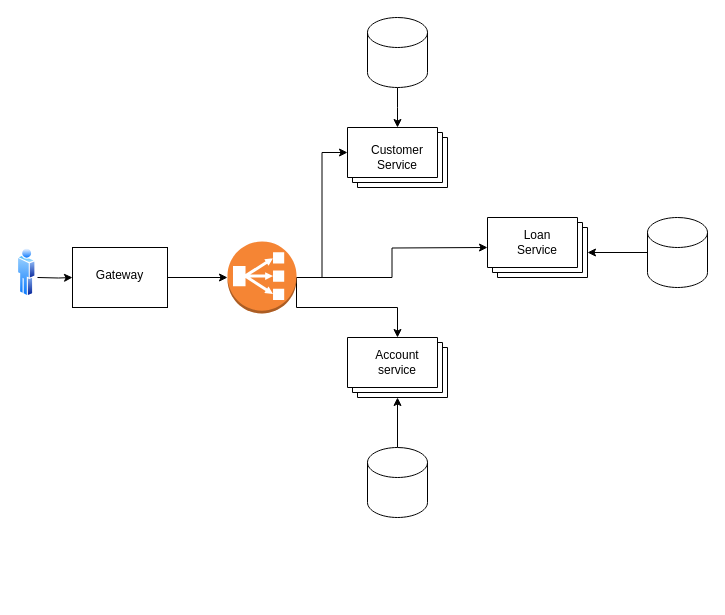
Earlier version of the draw.io diagram Untitled Diagram.drawio (AveekMajumdar-Rick/banking-customer-service). Source tidied: cells renumbered, new cells numbered last; positions are measured from the earlier drawing's top-left corner, leaving out a move shared by most shapes. Both pictures are drawn from the tidied source at 100%, with x=0, y=0 at pixel (17, 17).
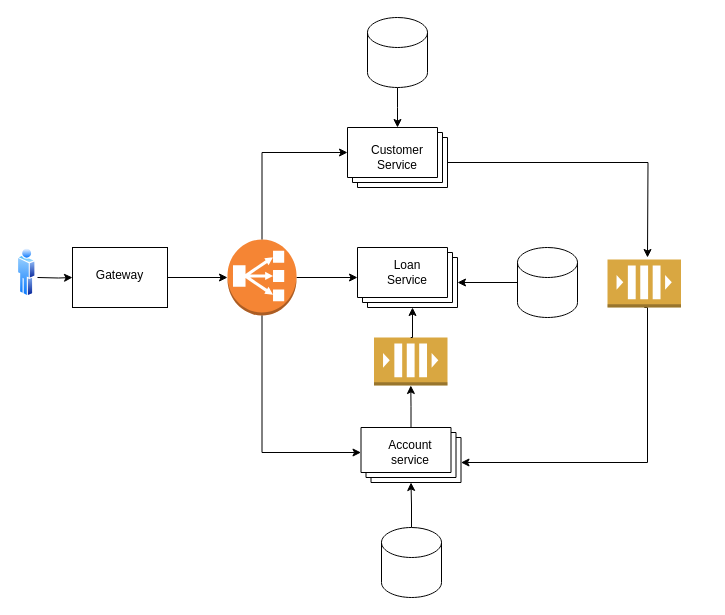
The same diagram, later.

Unchanged cells that the change refers to:
```xml
<mxCell id="14" style="verticalLabelPosition=bottom;verticalAlign=top;html=1;shape=mxgraph.basic.layered_rect;dx=10;outlineConnect=0;whiteSpace=wrap;" parent="1" vertex="1">
  <mxGeometry x="330" y="110" width="100" height="60" as="geometry" />
</mxCell>
```

The edit, as a diff of the source:
```diff
@@
-    <mxCell id="6" style="edgeStyle=orthogonalEdgeStyle;rounded=0;jettySize=auto;html=1;exitX=1;exitY=0.5;exitDx=0;exitDy=0;exitPerimeter=0;entryX=0.5;entryY=0;entryDx=0;entryDy=0;" parent="1" edge="1" source="9">
-      <mxGeometry relative="1" as="geometry">
-        <mxPoint x="380" y="320" as="targetPoint" />
-        <Array as="points">
-          <mxPoint x="279" y="290" />
-          <mxPoint x="380" y="290" />
-        </Array>
-      </mxGeometry>
-    </mxCell>
-    <mxCell id="7" style="edgeStyle=orthogonalEdgeStyle;rounded=0;jettySize=auto;html=1;exitX=1;exitY=0.5;exitDx=0;exitDy=0;exitPerimeter=0;entryX=0;entryY=0;entryDx=0;entryDy=25;entryPerimeter=0;" parent="1" edge="1" source="9" target="14">
-      <mxGeometry relative="1" as="geometry" />
-    </mxCell>
-    <mxCell id="8" style="edgeStyle=orthogonalEdgeStyle;rounded=0;jettySize=auto;html=1;exitX=1;exitY=0.5;exitDx=0;exitDy=0;exitPerimeter=0;entryX=0;entryY=0.5;entryDx=0;entryDy=0;" parent="1" edge="1" source="9">
+    <mxCell id="8" style="edgeStyle=orthogonalEdgeStyle;rounded=0;jettySize=auto;html=1;exitX=1;exitY=0.5;exitDx=0;exitDy=0;exitPerimeter=0;" parent="1" edge="1" source="9">
       <mxGeometry relative="1" as="geometry">
-        <mxPoint x="470" y="230" as="targetPoint" />
+        <mxPoint x="340" y="260" as="targetPoint" />
       </mxGeometry>
     </mxCell>
     <mxCell id="9" style="outlineConnect=0;dashed=0;verticalLabelPosition=bottom;verticalAlign=top;align=center;html=1;shape=mxgraph.aws3.classic_load_balancer;fillColor=#F58534;gradientColor=none;" parent="1" vertex="1">
-      <mxGeometry x="210" y="224" width="69" height="72" as="geometry" />
+      <mxGeometry x="210" y="222" width="69" height="76" as="geometry" />
     </mxCell>
+    <mxCell id="22" style="edgeStyle=orthogonalEdgeStyle;rounded=0;jettySize=auto;html=1;" parent="1" edge="1" source="10" target="27">
+      <mxGeometry relative="1" as="geometry" />
+    </mxCell>
     <mxCell id="10" style="verticalLabelPosition=bottom;verticalAlign=top;html=1;shape=mxgraph.basic.layered_rect;dx=10;outlineConnect=0;whiteSpace=wrap;" parent="1" vertex="1">
-      <mxGeometry x="330" y="320" width="100" height="60" as="geometry" />
+      <mxGeometry x="343.5" y="410" width="100" height="55" as="geometry" />
     </mxCell>
     <mxCell id="11" value="Account service" style="text;html=1;align=center;verticalAlign=middle;whiteSpace=wrap;rounded=0;" parent="1" vertex="1">
-      <mxGeometry x="350" y="330" width="60" height="30" as="geometry" />
+      <mxGeometry x="363.2" y="420" width="60" height="30" as="geometry" />
     </mxCell>
     <mxCell id="12" style="verticalLabelPosition=bottom;verticalAlign=top;html=1;shape=mxgraph.basic.layered_rect;dx=10;outlineConnect=0;whiteSpace=wrap;" parent="1" vertex="1">
-      <mxGeometry x="470" y="200" width="100" height="60" as="geometry" />
+      <mxGeometry x="340" y="230" width="100" height="60" as="geometry" />
     </mxCell>
     <mxCell id="13" value="Loan Service" style="text;html=1;align=center;verticalAlign=middle;whiteSpace=wrap;rounded=0;" parent="1" vertex="1">
-      <mxGeometry x="490" y="210" width="60" height="30" as="geometry" />
+      <mxGeometry x="360" y="240" width="60" height="30" as="geometry" />
     </mxCell>
+    <mxCell id="23" style="edgeStyle=orthogonalEdgeStyle;rounded=0;jettySize=auto;html=1;exitX=0;exitY=0;exitDx=100;exitDy=35;exitPerimeter=0;" parent="1" edge="1" source="14">
+      <mxGeometry relative="1" as="geometry">
+        <mxPoint x="630" y="240" as="targetPoint" />
+      </mxGeometry>
+    </mxCell>
@@
     <mxCell id="19" style="shape=cylinder3;whiteSpace=wrap;html=1;boundedLbl=1;backgroundOutline=1;size=15;" parent="1" vertex="1">
-      <mxGeometry x="350" y="430" width="60" height="70" as="geometry" />
+      <mxGeometry x="364" y="510" width="60" height="70" as="geometry" />
     </mxCell>
     <mxCell id="20" style="shape=cylinder3;whiteSpace=wrap;html=1;boundedLbl=1;backgroundOutline=1;size=15;" parent="1" vertex="1">
-      <mxGeometry x="630" y="200" width="60" height="70" as="geometry" />
+      <mxGeometry x="500" y="230" width="60" height="70" as="geometry" />
     </mxCell>
@@
+    <mxCell id="7" style="edgeStyle=orthogonalEdgeStyle;rounded=0;jettySize=auto;html=1;exitX=0.5;exitY=0;exitDx=0;exitDy=0;exitPerimeter=0;entryX=0;entryY=0;entryDx=0;entryDy=25;entryPerimeter=0;" parent="1" edge="1" source="9" target="14">
+      <mxGeometry relative="1" as="geometry" />
+    </mxCell>
+    <mxCell id="24" style="edgeStyle=orthogonalEdgeStyle;rounded=0;jettySize=auto;html=1;exitX=0.5;exitY=1;exitDx=0;exitDy=0;exitPerimeter=0;entryX=0;entryY=0;entryDx=0;entryDy=25;entryPerimeter=0;" parent="1" edge="1" source="9" target="10">
+      <mxGeometry relative="1" as="geometry" />
+    </mxCell>
+    <mxCell id="25" style="edgeStyle=orthogonalEdgeStyle;rounded=0;jettySize=auto;html=1;entryX=0;entryY=0;entryDx=100;entryDy=35;entryPerimeter=0;exitX=0.5;exitY=1;exitDx=0;exitDy=0;exitPerimeter=0;" parent="1" edge="1" source="26" target="10">
+      <mxGeometry relative="1" as="geometry">
+        <Array as="points">
+          <mxPoint x="630" y="290" />
+          <mxPoint x="630" y="445" />
+        </Array>
+      </mxGeometry>
+    </mxCell>
+    <mxCell id="26" style="outlineConnect=0;dashed=0;verticalLabelPosition=bottom;verticalAlign=top;align=center;html=1;shape=mxgraph.aws3.queue;fillColor=#D9A741;gradientColor=none;" parent="1" vertex="1">
+      <mxGeometry x="590" y="242" width="73.5" height="48" as="geometry" />
+    </mxCell>
+    <mxCell id="27" style="outlineConnect=0;dashed=0;verticalLabelPosition=bottom;verticalAlign=top;align=center;html=1;shape=mxgraph.aws3.queue;fillColor=#D9A741;gradientColor=none;" parent="1" vertex="1">
+      <mxGeometry x="356.5" y="320" width="73.5" height="48" as="geometry" />
+    </mxCell>
+    <mxCell id="28" style="edgeStyle=orthogonalEdgeStyle;rounded=0;jettySize=auto;html=1;exitX=0.5;exitY=0;exitDx=0;exitDy=0;exitPerimeter=0;entryX=0;entryY=0;entryDx=55;entryDy=60;entryPerimeter=0;" parent="1" edge="1" source="27" target="12">
+      <mxGeometry relative="1" as="geometry" />
+    </mxCell>
```
